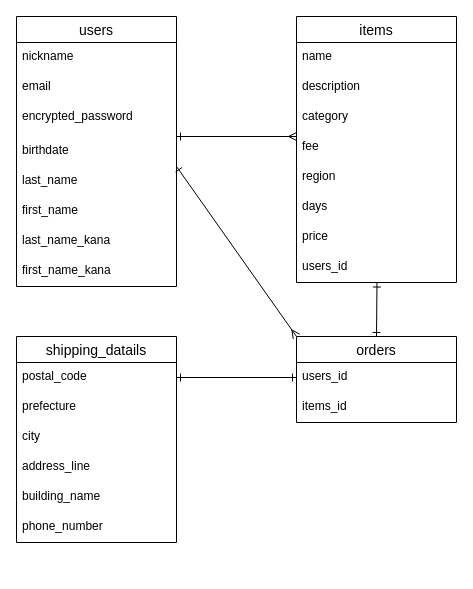
The draw.io diagram er.dio in yyyukina/furima-39582, before the edit. Source tidied: cells renumbered, new cells numbered last; positions are measured from the earlier drawing's top-left corner, leaving out a move shared by most shapes. Both pictures are drawn from the tidied source at 100%, with x=0, y=0 at pixel (16, 16).
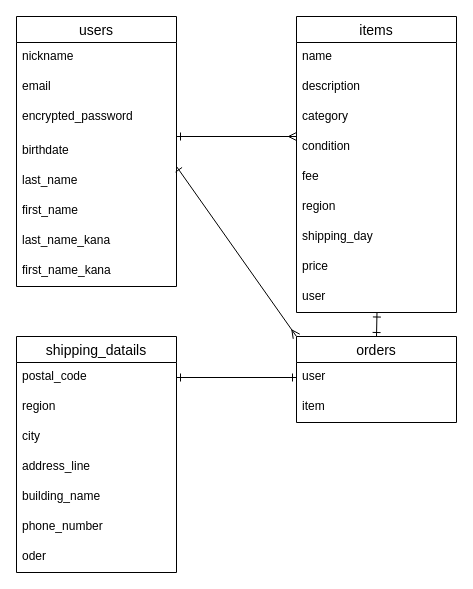
The same page after the edit.

Unchanged cells that the change refers to:
```xml
<mxCell id="22" value="orders" style="swimlane;fontStyle=0;horizontal=1;startSize=26;align=center;fontSize=14;" parent="1" vertex="1">
  <mxGeometry x="280" y="320" width="160" height="86" as="geometry" />
</mxCell>
```

The edit, as a diff of the source:
```diff
@@
     <mxCell id="11" value="items" style="swimlane;fontStyle=0;horizontal=1;startSize=26;align=center;fontSize=14;" parent="1" vertex="1">
-      <mxGeometry x="280" width="160" height="266" as="geometry" />
+      <mxGeometry x="280" width="160" height="296" as="geometry" />
     </mxCell>
@@
+    <mxCell id="34" value="condition" style="text;strokeColor=none;fillColor=none;spacingLeft=4;spacingRight=4;overflow=hidden;fontSize=12;" parent="11" vertex="1">
+      <mxGeometry y="116" width="160" height="30" as="geometry" />
+    </mxCell>
     <mxCell id="15" value="fee" style="text;strokeColor=none;fillColor=none;spacingLeft=4;spacingRight=4;overflow=hidden;fontSize=12;" parent="11" vertex="1">
-      <mxGeometry y="116" width="160" height="30" as="geometry" />
+      <mxGeometry y="146" width="160" height="30" as="geometry" />
     </mxCell>
     <mxCell id="16" value="region" style="text;strokeColor=none;fillColor=none;spacingLeft=4;spacingRight=4;overflow=hidden;fontSize=12;" parent="11" vertex="1">
-      <mxGeometry y="146" width="160" height="30" as="geometry" />
+      <mxGeometry y="176" width="160" height="30" as="geometry" />
     </mxCell>
-    <mxCell id="17" value="days" style="text;strokeColor=none;fillColor=none;spacingLeft=4;spacingRight=4;overflow=hidden;fontSize=12;" parent="11" vertex="1">
-      <mxGeometry y="176" width="160" height="30" as="geometry" />
+    <mxCell id="17" value="shipping_day" style="text;strokeColor=none;fillColor=none;spacingLeft=4;spacingRight=4;overflow=hidden;fontSize=12;" parent="11" vertex="1">
+      <mxGeometry y="206" width="160" height="30" as="geometry" />
     </mxCell>
     <mxCell id="18" value="price" style="text;strokeColor=none;fillColor=none;spacingLeft=4;spacingRight=4;overflow=hidden;fontSize=12;" parent="11" vertex="1">
-      <mxGeometry y="206" width="160" height="30" as="geometry" />
+      <mxGeometry y="236" width="160" height="30" as="geometry" />
     </mxCell>
-    <mxCell id="19" value="users_id" style="text;strokeColor=none;fillColor=none;spacingLeft=4;spacingRight=4;overflow=hidden;points=[[0,0.5],[1,0.5]];portConstraint=eastwest;fontSize=12;" parent="11" vertex="1">
-      <mxGeometry y="236" width="160" height="30" as="geometry" />
+    <mxCell id="19" value="user" style="text;strokeColor=none;fillColor=none;spacingLeft=4;spacingRight=4;overflow=hidden;points=[[0,0.5],[1,0.5]];portConstraint=eastwest;fontSize=12;" parent="11" vertex="1">
+      <mxGeometry y="266" width="160" height="30" as="geometry" />
     </mxCell>
@@
-    <mxCell id="23" value="users_id" style="text;strokeColor=none;fillColor=none;spacingLeft=4;spacingRight=4;overflow=hidden;points=[[0,0.5],[1,0.5]];portConstraint=eastwest;fontSize=12;" parent="22" vertex="1">
+    <mxCell id="23" value="user" style="text;strokeColor=none;fillColor=none;spacingLeft=4;spacingRight=4;overflow=hidden;points=[[0,0.5],[1,0.5]];portConstraint=eastwest;fontSize=12;" parent="22" vertex="1">
       <mxGeometry y="26" width="160" height="30" as="geometry" />
     </mxCell>
-    <mxCell id="24" value="items_id" style="text;strokeColor=none;fillColor=none;spacingLeft=4;spacingRight=4;overflow=hidden;fontSize=12;" parent="22" vertex="1">
+    <mxCell id="24" value="item" style="text;strokeColor=none;fillColor=none;spacingLeft=4;spacingRight=4;overflow=hidden;fontSize=12;" parent="22" vertex="1">
       <mxGeometry y="56" width="160" height="30" as="geometry" />
     </mxCell>
     <mxCell id="25" value="shipping_datails" style="swimlane;fontStyle=0;horizontal=1;startSize=26;align=center;fontSize=14;" parent="1" vertex="1">
-      <mxGeometry y="320" width="160" height="206" as="geometry" />
+      <mxGeometry y="320" width="160" height="236" as="geometry" />
     </mxCell>
@@
-    <mxCell id="27" value="prefecture" style="text;strokeColor=none;fillColor=none;spacingLeft=4;spacingRight=4;overflow=hidden;fontSize=12;" parent="25" vertex="1">
+    <mxCell id="27" value="region" style="text;strokeColor=none;fillColor=none;spacingLeft=4;spacingRight=4;overflow=hidden;fontSize=12;" parent="25" vertex="1">
       <mxGeometry y="56" width="160" height="30" as="geometry" />
     </mxCell>
@@
+    <mxCell id="35" value="oder" style="text;strokeColor=none;fillColor=none;spacingLeft=4;spacingRight=4;overflow=hidden;fontSize=12;" parent="25" vertex="1">
+      <mxGeometry y="206" width="160" height="30" as="geometry" />
+    </mxCell>
```
